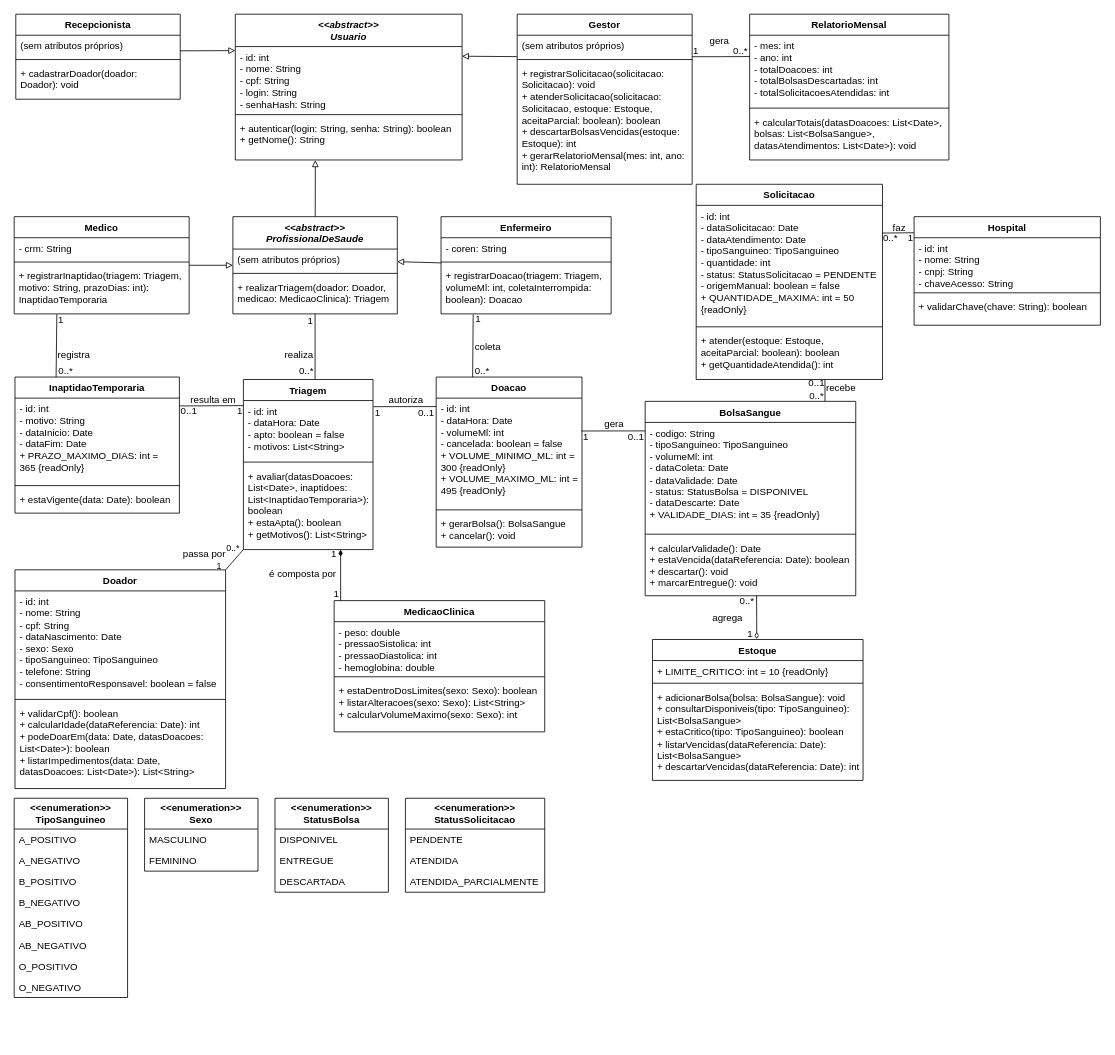
The draw.io diagram docs/diagrama-de-classes.drawio in Grabiie/hemocontrol, before the edit. Source tidied: cells renumbered, new cells numbered last; positions are measured from the earlier drawing's top-left corner, leaving out a move shared by most shapes. Both pictures are drawn from the tidied source at 81%, with x=0, y=0 at pixel (14, 14).
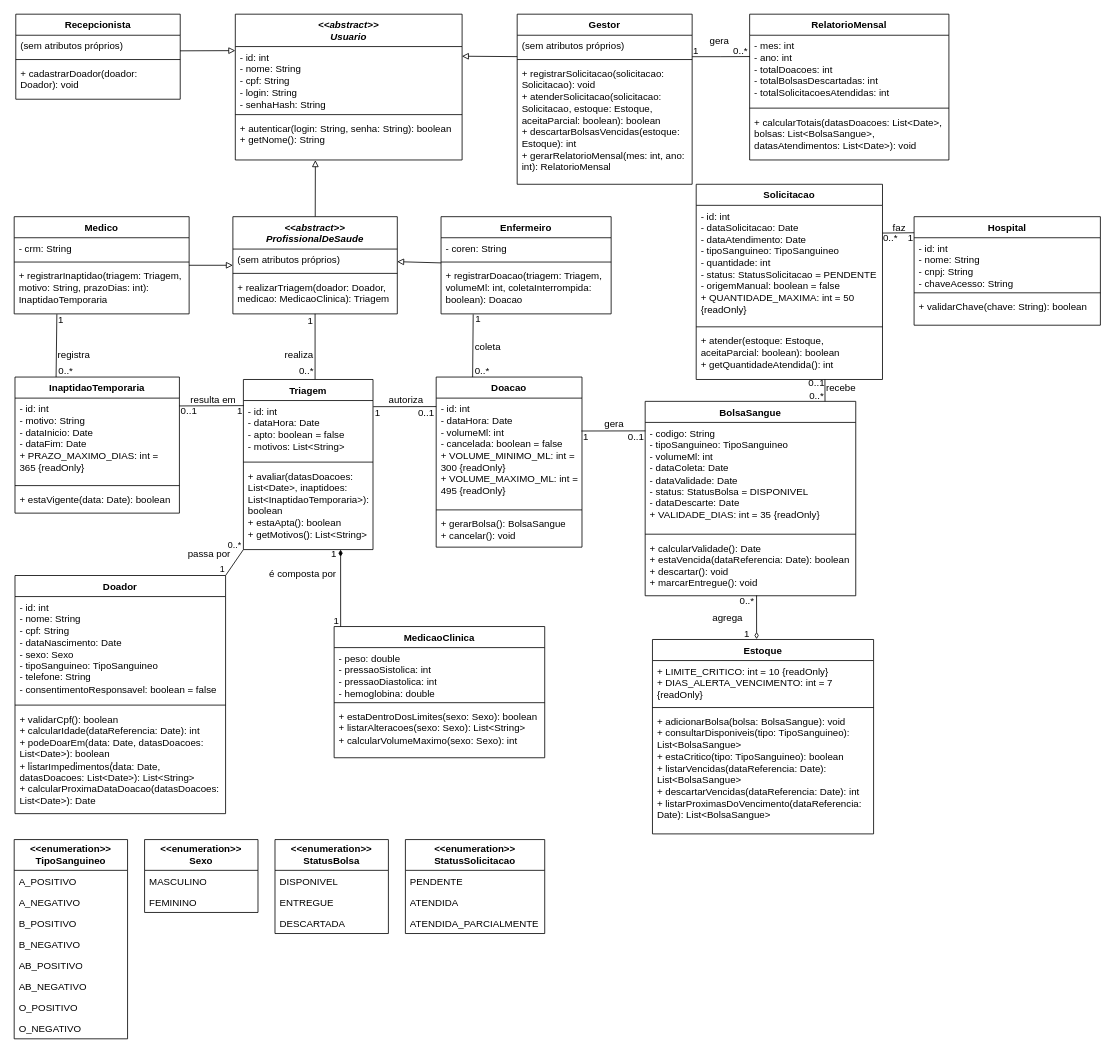
After the change.

Commit message (it also covers changes not shown here):
docs: atualiza diagrama de classes e exceção de Registrar Doação

Unchanged cells that the change refers to:
```xml
<mxCell id="30" style="rounded=0;jettySize=auto;html=1;exitX=1;exitY=0;exitDx=0;exitDy=0;entryX=0;entryY=1;entryDx=0;entryDy=0;defaultLabelBackgroundColor=page;endArrow=none;endFill=0;" parent="1" edge="1" source="33" target="42">
  <mxGeometry relative="1" as="geometry" />
</mxCell>
<mxCell id="57" value="+ calcularValidade(): Date&lt;br/&gt;+ estaVencida(dataReferencia: Date): boolean&lt;br/&gt;+ descartar(): void&lt;br/&gt;+ marcarEntregue(): void" style="text;strokeColor=none;fillColor=none;align=left;verticalAlign=top;spacingLeft=4;spacingRight=4;overflow=hidden;points=[[0,0.5],[1,0.5]];portConstraint=eastwest;whiteSpace=wrap;html=1;" parent="54" vertex="1">
  <mxGeometry y="168" width="260" height="72" as="geometry" />
</mxCell>
```

The edit, as a diff of the source:
```diff
@@
     <mxCell id="31" value="1" style="edgeLabel;html=1;align=center;verticalAlign=middle;inheritText=1;defaultLabelBackgroundColor=page;" parent="30" vertex="1">
       <mxGeometry x="-0.64" relative="1" as="geometry">
-        <mxPoint x="-12" y="-1" as="offset" />
+        <mxPoint x="-8" y="-3" as="offset" />
       </mxGeometry>
     </mxCell>
     <mxCell id="32" value="0..*" style="edgeLabel;html=1;align=center;verticalAlign=middle;inheritText=1;defaultLabelBackgroundColor=page;" parent="30" vertex="1">
       <mxGeometry x="0.82" relative="1" as="geometry">
-        <mxPoint x="-11" y="-5" as="offset" />
+        <mxPoint x="-9" y="-9" as="offset" />
       </mxGeometry>
     </mxCell>
     <mxCell id="33" value="Doador&lt;div&gt;&lt;br/&gt;&lt;/div&gt;" style="swimlane;fontStyle=1;align=center;verticalAlign=top;horizontal=1;startSize=26;whiteSpace=wrap;html=1;" parent="1" vertex="1">
-      <mxGeometry x="1" y="686" width="260" height="270" as="geometry" />
+      <mxGeometry x="1" y="693" width="260" height="294" as="geometry" />
     </mxCell>
@@
-    <mxCell id="36" value="+ validarCpf(): boolean&lt;br&gt;+ calcularIdade(dataReferencia: Date): int&lt;br&gt;+ podeDoarEm(data: Date, datasDoacoes: List&amp;lt;Date&amp;gt;): boolean&lt;br&gt;+ listarImpedimentos(data: Date, datasDoacoes: List&amp;lt;Date&amp;gt;): List&amp;lt;String&amp;gt;" style="text;strokeColor=none;fillColor=none;align=left;verticalAlign=top;spacingLeft=4;spacingRight=4;overflow=hidden;whiteSpace=wrap;html=1;" parent="33" vertex="1">
-      <mxGeometry y="164" width="260" height="106" as="geometry" />
+    <mxCell id="36" value="+ validarCpf(): boolean&lt;br&gt;+ calcularIdade(dataReferencia: Date): int&lt;br&gt;+ podeDoarEm(data: Date, datasDoacoes: List&amp;lt;Date&amp;gt;): boolean&lt;br&gt;+ listarImpedimentos(data: Date, datasDoacoes: List&amp;lt;Date&amp;gt;): List&amp;lt;String&amp;gt;&lt;br&gt;+ calcularProximaDataDoacao(datasDoacoes: List&amp;lt;Date&amp;gt;): Date" style="text;strokeColor=none;fillColor=none;align=left;verticalAlign=top;spacingLeft=4;spacingRight=4;overflow=hidden;whiteSpace=wrap;html=1;" parent="33" vertex="1">
+      <mxGeometry y="164" width="260" height="130" as="geometry" />
     </mxCell>
     <mxCell id="37" value="&lt;div&gt;MedicaoClinica&lt;/div&gt;" style="swimlane;fontStyle=1;align=center;verticalAlign=top;horizontal=1;startSize=26;whiteSpace=wrap;html=1;" parent="1" vertex="1">
-      <mxGeometry x="395" y="724" width="260" height="162" as="geometry" />
+      <mxGeometry x="395" y="756" width="260" height="162" as="geometry" />
     </mxCell>
@@
     <mxCell id="58" value="Estoque&lt;div&gt;&lt;br/&gt;&lt;/div&gt;" style="swimlane;fontStyle=1;align=center;verticalAlign=top;horizontal=1;startSize=26;whiteSpace=wrap;html=1;" parent="1" vertex="1">
-      <mxGeometry x="788" y="772" width="260" height="174" as="geometry" />
+      <mxGeometry x="788" y="772" width="273" height="240" as="geometry" />
     </mxCell>
-    <mxCell id="59" value="+ LIMITE_CRITICO: int = 10 {readOnly}&lt;div&gt;&lt;br/&gt;&lt;/div&gt;" style="text;strokeColor=none;fillColor=none;align=left;verticalAlign=top;spacingLeft=4;spacingRight=4;overflow=hidden;whiteSpace=wrap;html=1;" parent="58" vertex="1">
-      <mxGeometry y="26" width="260" height="24" as="geometry" />
+    <mxCell id="59" value="+ LIMITE_CRITICO: int = 10 {readOnly}&lt;br&gt;+ DIAS_ALERTA_VENCIMENTO: int = 7 {readOnly}" style="text;strokeColor=none;fillColor=none;align=left;verticalAlign=top;spacingLeft=4;spacingRight=4;overflow=hidden;whiteSpace=wrap;html=1;" parent="58" vertex="1">
+      <mxGeometry y="26" width="273" height="54" as="geometry" />
     </mxCell>
     <mxCell id="60" style="line;strokeWidth=1;fillColor=none;align=left;verticalAlign=middle;spacingTop=-1;spacingLeft=3;spacingRight=3;labelPosition=right;strokeColor=inherit;labelPerimeter=1;" parent="58" vertex="1">
-      <mxGeometry y="50" width="260" height="8" as="geometry" />
+      <mxGeometry y="80" width="273" height="8" as="geometry" />
     </mxCell>
-    <mxCell id="61" value="+ adicionarBolsa(bolsa: BolsaSangue): void&lt;br&gt;+ consultarDisponiveis(tipo: TipoSanguineo): List&amp;lt;BolsaSangue&amp;gt;&lt;br&gt;+ estaCritico(tipo: TipoSanguineo): boolean&lt;br&gt;+ listarVencidas(dataReferencia: Date): List&amp;lt;BolsaSangue&amp;gt;&lt;br&gt;+ descartarVencidas(dataReferencia: Date): int" style="text;strokeColor=none;fillColor=none;align=left;verticalAlign=top;spacingLeft=4;spacingRight=4;overflow=hidden;whiteSpace=wrap;html=1;" parent="58" vertex="1">
-      <mxGeometry y="58" width="260" height="116" as="geometry" />
+    <mxCell id="61" value="+ adicionarBolsa(bolsa: BolsaSangue): void&lt;br&gt;+ consultarDisponiveis(tipo: TipoSanguineo): List&amp;lt;BolsaSangue&amp;gt;&lt;br&gt;+ estaCritico(tipo: TipoSanguineo): boolean&lt;br&gt;+ listarVencidas(dataReferencia: Date): List&amp;lt;BolsaSangue&amp;gt;&lt;br&gt;+ descartarVencidas(dataReferencia: Date): int&lt;br&gt;+ listarProximasDoVencimento(dataReferencia: Date): List&amp;lt;BolsaSangue&amp;gt;" style="text;strokeColor=none;fillColor=none;align=left;verticalAlign=top;spacingLeft=4;spacingRight=4;overflow=hidden;whiteSpace=wrap;html=1;" parent="58" vertex="1">
+      <mxGeometry y="88" width="273" height="152" as="geometry" />
     </mxCell>
@@
     <mxCell id="74" value="&lt;b&gt;&amp;lt;&amp;lt;enumeration&amp;gt;&amp;gt;&lt;br&gt;TipoSanguineo&lt;/b&gt;" style="swimlane;fontStyle=0;horizontal=1;startSize=38;fillColor=none;whiteSpace=wrap;html=1;" parent="1" vertex="1">
-      <mxGeometry y="968" width="140" height="246" as="geometry" />
+      <mxGeometry y="1019" width="140" height="246" as="geometry" />
     </mxCell>
@@
     <mxCell id="83" value="&lt;b&gt;&amp;lt;&amp;lt;enumeration&amp;gt;&amp;gt;&lt;br&gt;Sexo&lt;/b&gt;" style="swimlane;fontStyle=0;horizontal=1;startSize=38;fillColor=none;whiteSpace=wrap;html=1;" parent="1" vertex="1">
-      <mxGeometry x="161" y="968" width="140" height="90" as="geometry" />
+      <mxGeometry x="161" y="1019" width="140" height="90" as="geometry" />
     </mxCell>
@@
     <mxCell id="86" value="&lt;b&gt;&amp;lt;&amp;lt;enumeration&amp;gt;&amp;gt;&lt;br&gt;StatusBolsa&lt;/b&gt;" style="swimlane;fontStyle=0;horizontal=1;startSize=38;fillColor=none;whiteSpace=wrap;html=1;" parent="1" vertex="1">
-      <mxGeometry x="322" y="968" width="140" height="116" as="geometry" />
+      <mxGeometry x="322" y="1019" width="140" height="116" as="geometry" />
     </mxCell>
@@
     <mxCell id="90" value="&lt;b&gt;&amp;lt;&amp;lt;enumeration&amp;gt;&amp;gt;&lt;br&gt;StatusSolicitacao&lt;/b&gt;" style="swimlane;fontStyle=0;horizontal=1;startSize=38;fillColor=none;whiteSpace=wrap;html=1;" parent="1" vertex="1">
-      <mxGeometry x="483" y="968" width="172" height="116" as="geometry" />
+      <mxGeometry x="483" y="1019" width="172" height="116" as="geometry" />
     </mxCell>
@@
     <mxCell id="100" value="1" style="text;html=1;whiteSpace=wrap;strokeColor=none;fillColor=none;align=center;verticalAlign=middle;rounded=0;" parent="1" vertex="1">
-      <mxGeometry x="368" y="701" width="60" height="30" as="geometry" />
+      <mxGeometry x="368" y="734" width="60" height="30" as="geometry" />
     </mxCell>
@@
-    <mxCell id="115" style="edgeStyle=orthogonalEdgeStyle;rounded=0;jettySize=auto;html=1;exitX=0.495;exitY=-0.003;exitDx=0;exitDy=0;entryX=0.529;entryY=0.994;entryDx=0;entryDy=0;entryPerimeter=0;defaultLabelBackgroundColor=page;endArrow=none;endFill=0;startArrow=diamondThin;startFill=0;exitPerimeter=0;" parent="1" edge="1" source="58" target="57">
+    <mxCell id="115" style="rounded=0;jettySize=auto;html=1;exitX=0.471;exitY=-0.002;exitDx=0;exitDy=0;entryX=0.529;entryY=0.994;entryDx=0;entryDy=0;entryPerimeter=0;defaultLabelBackgroundColor=page;endArrow=none;endFill=0;startArrow=diamondThin;startFill=0;exitPerimeter=0;" parent="1" edge="1" source="58" target="57">
       <mxGeometry relative="1" as="geometry" />
     </mxCell>
     <mxCell id="116" value="1" style="text;html=1;whiteSpace=wrap;strokeColor=none;fillColor=none;align=center;verticalAlign=middle;rounded=0;" parent="1" vertex="1">
-      <mxGeometry x="879" y="751" width="60" height="30" as="geometry" />
+      <mxGeometry x="875" y="751" width="60" height="30" as="geometry" />
     </mxCell>
@@
     <mxCell id="127" value="passa por" style="text;html=1;whiteSpace=wrap;strokeColor=none;fillColor=none;align=center;verticalAlign=middle;rounded=0;" parent="1" vertex="1">
-      <mxGeometry x="205" y="652" width="60" height="30" as="geometry" />
+      <mxGeometry x="211" y="652" width="60" height="30" as="geometry" />
     </mxCell>
```
